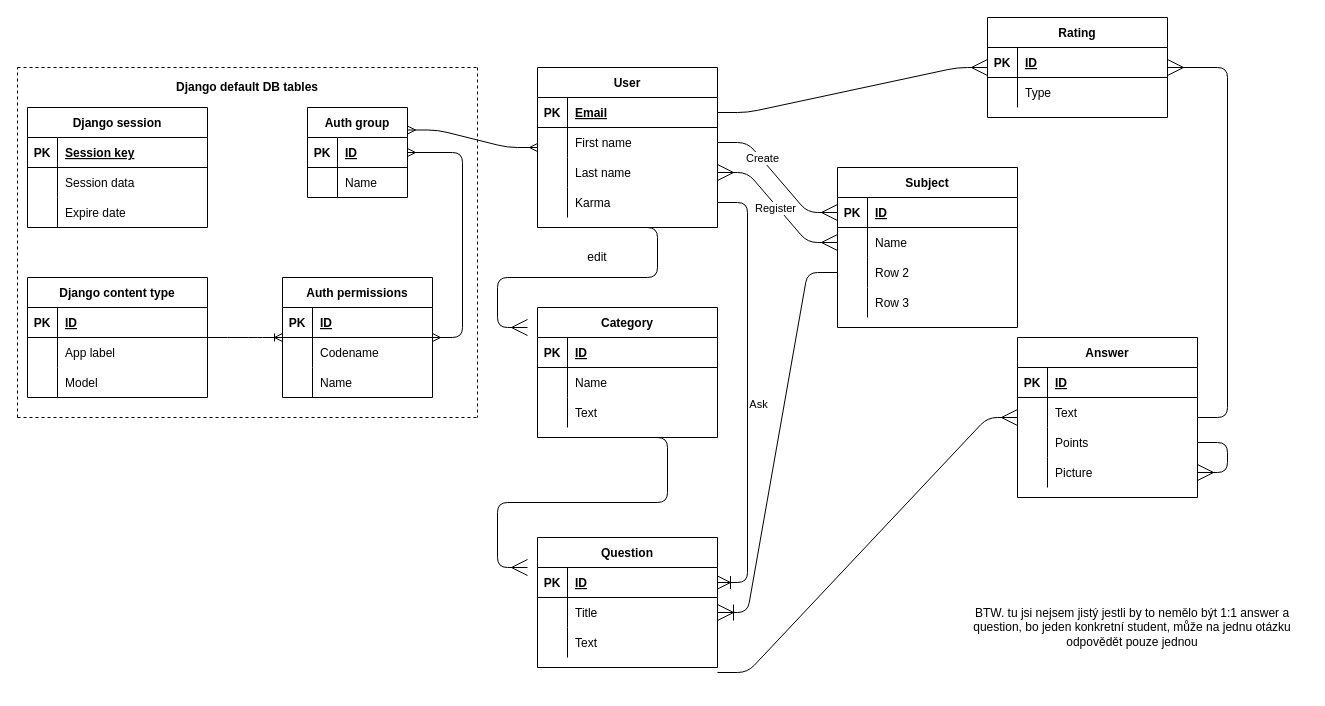
Above: page "Page-2" (2 of 2) of docs/ER.drawio in FilipSolich/IIS (draw.io), before the change. Source tidied: cells renumbered, new cells numbered last; positions are measured from the earlier drawing's top-left corner, leaving out a move shared by most shapes. Both pictures are drawn from the tidied source at 100%, with x=0, y=0 at pixel (17, 17).
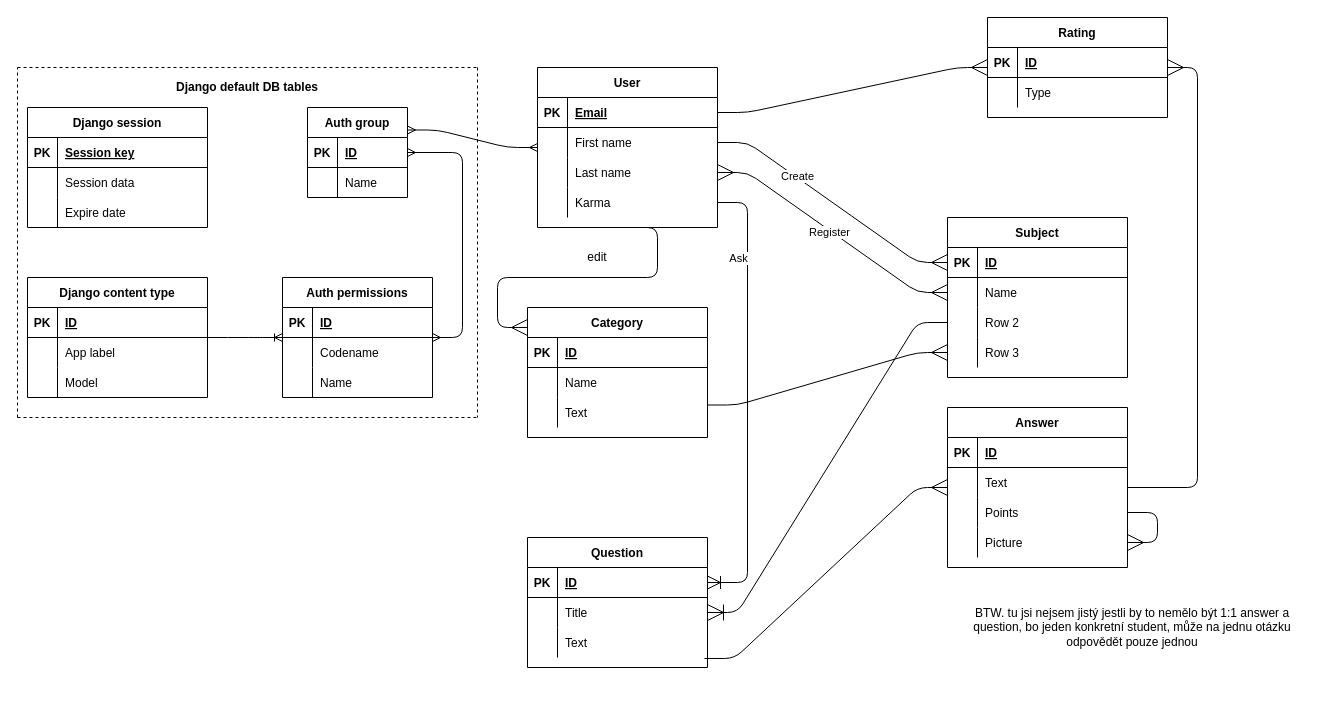
The same page after the edit.

Commit message:
added entity for category v2

The change refers to these unchanged cells:
```xml
<mxCell id="10" style="shape=partialRectangle;fillColor=none;top=0;left=0;bottom=0;right=0;points=[[0,0.5],[1,0.5]];portConstraint=eastwest;" parent="3" vertex="1">
  <mxGeometry y="90" width="180" height="30" as="geometry" />
</mxCell>
<mxCell id="57" style="shape=partialRectangle;fillColor=none;top=0;left=0;bottom=0;right=0;points=[[0,0.5],[1,0.5]];portConstraint=eastwest;" parent="47" vertex="1">
  <mxGeometry y="120" width="180" height="30" as="geometry" />
</mxCell>
<mxCell id="107" style="edgeStyle=entityRelationEdgeStyle;fontSize=12;html=1;endArrow=ERoneToMany;startSize=11;endSize=11;sourcePerimeterSpacing=0;targetPerimeterSpacing=0;jumpSize=6;" parent="1" edge="1" source="37" target="4">
  <mxGeometry relative="1" as="geometry" />
</mxCell>
```

Change to the diagram source:
```diff
@@
     <mxCell id="3" value="Question" style="shape=table;startSize=30;childLayout=tableLayout;rowLines=0;fontStyle=1;align=center;hachureGap=4;" parent="1" vertex="1">
-      <mxGeometry x="520" y="520" width="180" height="130" as="geometry" />
+      <mxGeometry x="510" y="520" width="180" height="130" as="geometry" />
     </mxCell>
@@
     <mxCell id="13" value="Answer" style="shape=table;startSize=30;childLayout=tableLayout;rowLines=0;fontStyle=1;align=center;hachureGap=4;" parent="1" vertex="1">
-      <mxGeometry x="1000" y="320" width="180" height="160" as="geometry" />
+      <mxGeometry x="930" y="390" width="180" height="160" as="geometry" />
     </mxCell>
@@
     <mxCell id="47" value="Subject" style="shape=table;startSize=30;childLayout=tableLayout;rowLines=0;fontStyle=1;align=center;hachureGap=4;" parent="1" vertex="1">
-      <mxGeometry x="820" y="150" width="180" height="160" as="geometry" />
+      <mxGeometry x="930" y="200" width="180" height="160" as="geometry" />
     </mxCell>
@@
     <mxCell id="108" value="&lt;div&gt;Ask&lt;/div&gt;" style="edgeLabel;html=1;align=center;verticalAlign=middle;" parent="107" vertex="1">
       <mxGeometry x="0.14" relative="1" as="geometry">
-        <mxPoint x="10" y="-20" as="offset" />
+        <mxPoint x="-10" y="-172" as="offset" />
       </mxGeometry>
     </mxCell>
@@
-    <mxCell id="112" style="edgeStyle=entityRelationEdgeStyle;fontSize=12;html=1;endArrow=ERmany;startSize=14;endSize=14;sourcePerimeterSpacing=0;targetPerimeterSpacing=0;" parent="1" edge="1" target="13">
-      <mxGeometry relative="1" as="geometry">
-        <mxPoint x="700" y="655" as="sourcePoint" />
-      </mxGeometry>
+    <mxCell id="112" style="edgeStyle=entityRelationEdgeStyle;fontSize=12;html=1;endArrow=ERmany;startSize=14;endSize=14;sourcePerimeterSpacing=0;targetPerimeterSpacing=0;exitX=0.983;exitY=1.033;exitDx=0;exitDy=0;exitPerimeter=0;" parent="1" edge="1" source="10" target="13">
+      <mxGeometry relative="1" as="geometry" />
     </mxCell>
@@
     <mxCell id="117" value="Category" style="shape=table;startSize=30;childLayout=tableLayout;rowLines=0;fontStyle=1;align=center;hachureGap=4;" parent="1" vertex="1">
-      <mxGeometry x="520" y="290" width="180" height="130" as="geometry" />
+      <mxGeometry x="510" y="290" width="180" height="130" as="geometry" />
     </mxCell>
@@
-    <mxCell id="129" style="edgeStyle=entityRelationEdgeStyle;fontSize=12;html=1;endArrow=ERmany;startSize=14;endSize=14;sourcePerimeterSpacing=0;targetPerimeterSpacing=0;" parent="1" edge="1">
-      <mxGeometry relative="1" as="geometry">
-        <mxPoint x="620" y="420" as="sourcePoint" />
-        <mxPoint x="510" y="550" as="targetPoint" />
-      </mxGeometry>
+    <mxCell id="129" style="edgeStyle=entityRelationEdgeStyle;fontSize=12;html=1;endArrow=ERmany;startSize=14;endSize=14;sourcePerimeterSpacing=0;targetPerimeterSpacing=0;entryX=0;entryY=0.5;entryDx=0;entryDy=0;exitX=1;exitY=0.75;exitDx=0;exitDy=0;" parent="1" edge="1" source="117" target="57">
+      <mxGeometry relative="1" as="geometry" />
     </mxCell>
```
